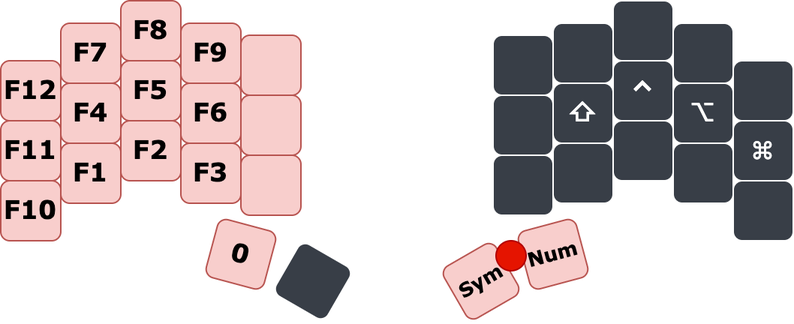
Above: media/miryoku/0_fun/miryoku-base-layer.png in mattdibi/eclipsecon-keyboard-talk (draw.io), before the change. Source tidied: cells renumbered, new cells last; positions are measured from the earlier drawing's top-left corner, leaving out a move shared by most shapes. Source of this version:
```xml
<mxGraphModel>
  <root>
    <mxCell id="0" />
    <mxCell id="1" parent="0" />
    <mxCell id="2" value="F12" style="whiteSpace=wrap;html=1;fontSize=17;fontFamily=Verdana;fontStyle=1;fillColor=#f8cecc;rounded=1;strokeColor=#b85450;" parent="1" vertex="1">
      <mxGeometry y="40" width="40" height="40" as="geometry" />
    </mxCell>
    <mxCell id="3" value="F7" style="whiteSpace=wrap;html=1;fontSize=17;fontFamily=Verdana;fontStyle=1;fillColor=#f8cecc;rounded=1;strokeColor=#b85450;" parent="1" vertex="1">
      <mxGeometry x="40" y="15" width="40" height="40" as="geometry" />
    </mxCell>
    <mxCell id="4" value="F8" style="whiteSpace=wrap;html=1;fontSize=17;fontFamily=Verdana;fontStyle=1;fillColor=#f8cecc;rounded=1;strokeColor=#b85450;" parent="1" vertex="1">
      <mxGeometry x="80" width="40" height="40" as="geometry" />
    </mxCell>
    <mxCell id="5" value="F9" style="whiteSpace=wrap;html=1;fontSize=17;fontFamily=Verdana;fontStyle=1;fillColor=#f8cecc;rounded=1;strokeColor=#b85450;" parent="1" vertex="1">
      <mxGeometry x="120" y="15" width="40" height="40" as="geometry" />
    </mxCell>
    <mxCell id="6" style="whiteSpace=wrap;html=1;fontSize=13;fontFamily=Verdana;fontStyle=1;fillColor=#f8cecc;rounded=1;strokeColor=#b85450;" parent="1" vertex="1">
      <mxGeometry x="160" y="23" width="40" height="40" as="geometry" />
    </mxCell>
    <mxCell id="7" value="F11" style="whiteSpace=wrap;html=1;fontSize=17;fontFamily=Verdana;fontStyle=1;fillColor=#f8cecc;rounded=1;strokeColor=#b85450;" parent="1" vertex="1">
      <mxGeometry y="80" width="40" height="40" as="geometry" />
    </mxCell>
    <mxCell id="8" value="F4" style="whiteSpace=wrap;html=1;fontSize=17;fontFamily=Verdana;fontStyle=1;fillColor=#f8cecc;rounded=1;strokeColor=#b85450;" parent="1" vertex="1">
      <mxGeometry x="40" y="55" width="40" height="40" as="geometry" />
    </mxCell>
    <mxCell id="9" value="F5" style="whiteSpace=wrap;html=1;fontSize=17;fontFamily=Verdana;fontStyle=1;fillColor=#f8cecc;rounded=1;strokeColor=#b85450;" parent="1" vertex="1">
      <mxGeometry x="80" y="40" width="40" height="40" as="geometry" />
    </mxCell>
    <mxCell id="10" value="F6" style="whiteSpace=wrap;html=1;fontSize=17;fontFamily=Verdana;fontStyle=1;fillColor=#f8cecc;rounded=1;strokeColor=#b85450;" parent="1" vertex="1">
      <mxGeometry x="120" y="55" width="40" height="40" as="geometry" />
    </mxCell>
    <mxCell id="11" style="whiteSpace=wrap;html=1;fontSize=13;fontFamily=Verdana;fontStyle=1;fillColor=#f8cecc;rounded=1;strokeColor=#b85450;" parent="1" vertex="1">
      <mxGeometry x="160" y="63" width="40" height="40" as="geometry" />
    </mxCell>
    <mxCell id="12" value="F10" style="whiteSpace=wrap;html=1;fontSize=17;fontFamily=Verdana;fontStyle=1;fillColor=#f8cecc;rounded=1;strokeColor=#b85450;" parent="1" vertex="1">
      <mxGeometry y="120" width="40" height="40" as="geometry" />
    </mxCell>
    <mxCell id="13" value="F1" style="whiteSpace=wrap;html=1;fontSize=17;fontFamily=Verdana;fontStyle=1;fillColor=#f8cecc;rounded=1;strokeColor=#b85450;" parent="1" vertex="1">
      <mxGeometry x="40" y="95" width="40" height="40" as="geometry" />
    </mxCell>
    <mxCell id="14" value="F2" style="whiteSpace=wrap;html=1;fontSize=17;fontFamily=Verdana;fontStyle=1;fillColor=#f8cecc;rounded=1;strokeColor=#b85450;" parent="1" vertex="1">
      <mxGeometry x="80" y="80" width="40" height="40" as="geometry" />
    </mxCell>
    <mxCell id="15" value="F3" style="whiteSpace=wrap;html=1;fontSize=17;fontFamily=Verdana;fontStyle=1;fillColor=#f8cecc;rounded=1;strokeColor=#b85450;" parent="1" vertex="1">
      <mxGeometry x="120" y="95" width="40" height="40" as="geometry" />
    </mxCell>
    <mxCell id="16" style="whiteSpace=wrap;html=1;fontSize=17;fontFamily=Verdana;fontStyle=1;fillColor=#f8cecc;rounded=1;strokeColor=#b85450;" parent="1" vertex="1">
      <mxGeometry x="160" y="103" width="40" height="40" as="geometry" />
    </mxCell>
    <mxCell id="17" value="0" style="whiteSpace=wrap;html=1;rotation=15;fontSize=17;fontFamily=Verdana;fontStyle=1;fillColor=#f8cecc;strokeColor=#b85450;rounded=1;labelBackgroundColor=none;" parent="1" vertex="1">
      <mxGeometry x="140" y="149" width="40" height="40" as="geometry" />
    </mxCell>
    <mxCell id="18" style="whiteSpace=wrap;html=1;rotation=30;fontSize=17;fontFamily=Verdana;fontStyle=1;fontColor=#AFB9C7;fillColor=#383E47;rounded=1;strokeColor=#FFFFFF;labelBackgroundColor=none;" parent="1" vertex="1">
      <mxGeometry x="188" y="167" width="40" height="40" as="geometry" />
    </mxCell>
    <mxCell id="19" style="whiteSpace=wrap;html=1;fontSize=17;fontFamily=Verdana;fontStyle=1;fontColor=#AFB9C7;fillColor=#383E47;rounded=1;strokeColor=#FFFFFF;" parent="1" vertex="1">
      <mxGeometry x="328" y="23" width="40" height="40" as="geometry" />
    </mxCell>
    <mxCell id="20" style="whiteSpace=wrap;html=1;fontSize=17;fontFamily=Verdana;fontStyle=1;fontColor=#AFB9C7;fillColor=#383E47;rounded=1;strokeColor=#FFFFFF;" parent="1" vertex="1">
      <mxGeometry x="368" y="15" width="40" height="40" as="geometry" />
    </mxCell>
    <mxCell id="21" style="whiteSpace=wrap;html=1;fontSize=17;fontFamily=Verdana;fontStyle=1;fontColor=#AFB9C7;fillColor=#383E47;rounded=1;strokeColor=#FFFFFF;" parent="1" vertex="1">
      <mxGeometry x="408" width="40" height="40" as="geometry" />
    </mxCell>
    <mxCell id="22" style="whiteSpace=wrap;html=1;fontSize=17;fontFamily=Verdana;fontStyle=1;fontColor=#AFB9C7;fillColor=#383E47;rounded=1;strokeColor=#FFFFFF;" parent="1" vertex="1">
      <mxGeometry x="448" y="15" width="40" height="40" as="geometry" />
    </mxCell>
    <mxCell id="23" style="whiteSpace=wrap;html=1;fontSize=17;fontFamily=Verdana;fontStyle=1;fontColor=#AFB9C7;fillColor=#383E47;rounded=1;strokeColor=#FFFFFF;" parent="1" vertex="1">
      <mxGeometry x="488" y="40" width="40" height="40" as="geometry" />
    </mxCell>
    <mxCell id="24" style="whiteSpace=wrap;html=1;fontSize=17;fontFamily=Verdana;fontStyle=1;fontColor=#AFB9C7;fillColor=#383E47;rounded=1;strokeColor=#FFFFFF;" parent="1" vertex="1">
      <mxGeometry x="328" y="63" width="40" height="40" as="geometry" />
    </mxCell>
    <mxCell id="25" value="&lt;span style=&quot;text-align: left;&quot;&gt;&lt;font color=&quot;#ffffff&quot;&gt;⇧&lt;/font&gt;&lt;/span&gt;" style="whiteSpace=wrap;html=1;fontSize=17;fontFamily=Verdana;fontStyle=1;fontColor=#AFB9C7;fillColor=#383E47;rounded=1;strokeColor=#FFFFFF;" parent="1" vertex="1">
      <mxGeometry x="368" y="55" width="40" height="40" as="geometry" />
    </mxCell>
    <mxCell id="26" value="&lt;span style=&quot;text-align: left;&quot;&gt;&lt;font color=&quot;#ffffff&quot;&gt;⌃&lt;/font&gt;&lt;/span&gt;" style="whiteSpace=wrap;html=1;fontSize=17;fontFamily=Verdana;fontStyle=1;fontColor=#AFB9C7;fillColor=#383E47;rounded=1;strokeColor=#FFFFFF;" parent="1" vertex="1">
      <mxGeometry x="408" y="40" width="40" height="40" as="geometry" />
    </mxCell>
    <mxCell id="27" value="&lt;span style=&quot;text-align: left;&quot;&gt;&lt;font color=&quot;#ffffff&quot;&gt;⌥&lt;/font&gt;&lt;/span&gt;" style="whiteSpace=wrap;html=1;fontSize=17;fontFamily=Verdana;fontStyle=1;fontColor=#AFB9C7;fillColor=#383E47;rounded=1;strokeColor=#FFFFFF;" parent="1" vertex="1">
      <mxGeometry x="448" y="55" width="40" height="40" as="geometry" />
    </mxCell>
    <mxCell id="28" value="&lt;span style=&quot;font-family: arial, sans-serif; font-size: 16px; font-weight: 400; text-align: left;&quot;&gt;&lt;font color=&quot;#ffffff&quot;&gt;⌘&lt;/font&gt;&lt;/span&gt;" style="whiteSpace=wrap;html=1;fontSize=17;fontFamily=Verdana;fontStyle=1;fontColor=#AFB9C7;fillColor=#383E47;rounded=1;strokeColor=#FFFFFF;" parent="1" vertex="1">
      <mxGeometry x="488" y="80" width="40" height="40" as="geometry" />
    </mxCell>
    <mxCell id="29" style="whiteSpace=wrap;html=1;fontSize=17;fontFamily=Verdana;fontStyle=1;fontColor=#AFB9C7;fillColor=#383E47;rounded=1;strokeColor=#FFFFFF;" parent="1" vertex="1">
      <mxGeometry x="328" y="103" width="40" height="40" as="geometry" />
    </mxCell>
    <mxCell id="30" style="whiteSpace=wrap;html=1;fontSize=17;fontFamily=Verdana;fontStyle=1;fontColor=#AFB9C7;fillColor=#383E47;rounded=1;strokeColor=#FFFFFF;" parent="1" vertex="1">
      <mxGeometry x="368" y="95" width="40" height="40" as="geometry" />
    </mxCell>
    <mxCell id="31" style="whiteSpace=wrap;html=1;fontSize=17;fontFamily=Verdana;fontStyle=1;fontColor=#AFB9C7;fillColor=#383E47;rounded=1;strokeColor=#FFFFFF;" parent="1" vertex="1">
      <mxGeometry x="408" y="80" width="40" height="40" as="geometry" />
    </mxCell>
    <mxCell id="32" style="whiteSpace=wrap;html=1;fontSize=17;fontFamily=Verdana;fontStyle=1;fontColor=#AFB9C7;fillColor=#383E47;rounded=1;strokeColor=#FFFFFF;" parent="1" vertex="1">
      <mxGeometry x="448" y="95" width="40" height="40" as="geometry" />
    </mxCell>
    <mxCell id="33" style="whiteSpace=wrap;html=1;fontSize=17;fontFamily=Verdana;fontStyle=1;fontColor=#AFB9C7;fillColor=#383E47;rounded=1;strokeColor=#FFFFFF;" parent="1" vertex="1">
      <mxGeometry x="488" y="120" width="40" height="40" as="geometry" />
    </mxCell>
    <mxCell id="34" value="Sym" style="whiteSpace=wrap;html=1;rotation=-30;fontSize=13;fontFamily=Verdana;fontStyle=1;fillColor=#f8cecc;rounded=1;strokeColor=#b85450;labelBackgroundColor=none;" parent="1" vertex="1">
      <mxGeometry x="300" y="167" width="40" height="40" as="geometry" />
    </mxCell>
    <mxCell id="35" value="Num" style="whiteSpace=wrap;html=1;rotation=-15;fontSize=13;fontFamily=Verdana;fontStyle=1;fillColor=#f8cecc;strokeColor=#b85450;rounded=1;" parent="1" vertex="1">
      <mxGeometry x="348" y="149" width="40" height="40" as="geometry" />
    </mxCell>
    <mxCell id="36" style="ellipse;whiteSpace=wrap;html=1;labelBackgroundColor=none;fontSize=13;fontColor=#ffffff;strokeColor=#B20000;fillColor=#e51400;" parent="1" vertex="1">
      <mxGeometry x="330" y="160" width="20" height="20" as="geometry" />
    </mxCell>
  </root>
</mxGraphModel>
```
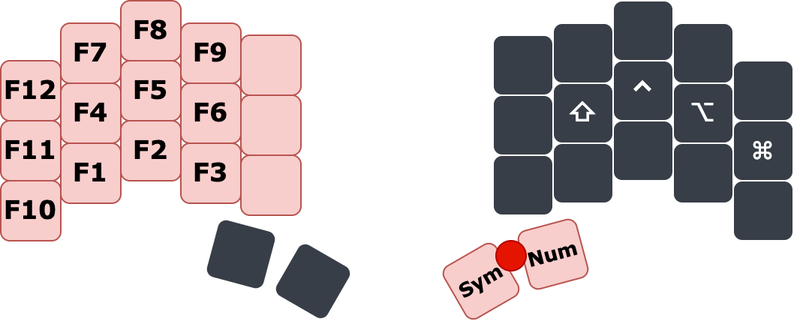
Above is the later version.

Commit message:
fix: fun layer image

Change to the diagram source:
```diff
@@ -47,7 +47,7 @@
     <mxCell id="16" style="whiteSpace=wrap;html=1;fontSize=17;fontFamily=Verdana;fontStyle=1;fillColor=#f8cecc;rounded=1;strokeColor=#b85450;" parent="1" vertex="1">
       <mxGeometry x="160" y="103" width="40" height="40" as="geometry" />
     </mxCell>
-    <mxCell id="17" value="0" style="whiteSpace=wrap;html=1;rotation=15;fontSize=17;fontFamily=Verdana;fontStyle=1;fillColor=#f8cecc;strokeColor=#b85450;rounded=1;labelBackgroundColor=none;" parent="1" vertex="1">
+    <mxCell id="17" style="whiteSpace=wrap;html=1;rotation=15;fontSize=17;fontFamily=Verdana;fontStyle=1;fillColor=#383E47;strokeColor=#FFFFFF;rounded=1;labelBackgroundColor=none;" parent="1" vertex="1">
       <mxGeometry x="140" y="149" width="40" height="40" as="geometry" />
     </mxCell>
     <mxCell id="18" style="whiteSpace=wrap;html=1;rotation=30;fontSize=17;fontFamily=Verdana;fontStyle=1;fontColor=#AFB9C7;fillColor=#383E47;rounded=1;strokeColor=#FFFFFF;labelBackgroundColor=none;" parent="1" vertex="1">
```
